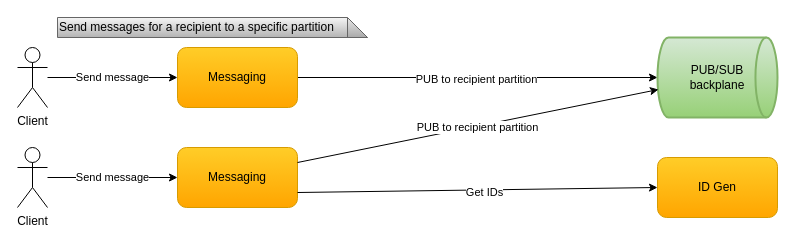
cvetomir-todorov/CecoChat keeps this draw.io diagram as docs/diagrams/cecochat-02-message-send.drawio. Above is the earlier version. Source tidied: cells renumbered, new cells numbered last; positions are measured from the earlier drawing's top-left corner, leaving out a move shared by most shapes. Both pictures are drawn from the tidied source at 100%, with x=0, y=0 at pixel (17, 17).
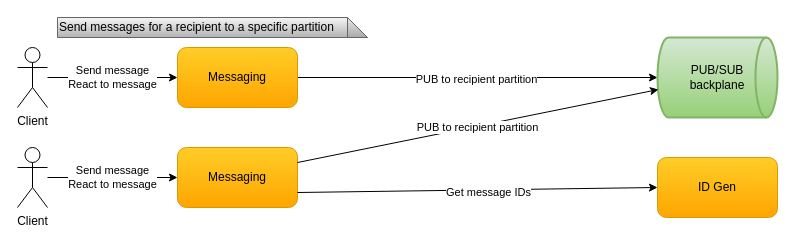
The same page after the edit.

Diff of the diagram source:
```diff
@@
 <mxGraphModel>
   <root>
     <mxCell id="0" />
     <mxCell id="1" parent="0" />
-    <mxCell id="2" value="Send message" style="edgeStyle=orthogonalEdgeStyle;rounded=0;jettySize=auto;html=1;entryX=0;entryY=0.5;entryDx=0;entryDy=0;startArrow=none;startFill=0;" parent="1" edge="1" source="3" target="7">
+    <mxCell id="2" value="Send message&lt;br&gt;React to message" style="edgeStyle=orthogonalEdgeStyle;rounded=0;jettySize=auto;html=1;entryX=0;entryY=0.5;entryDx=0;entryDy=0;startArrow=none;startFill=0;" parent="1" edge="1" source="3" target="7">
       <mxGeometry relative="1" as="geometry" />
     </mxCell>
     <mxCell id="3" value="Client" style="shape=umlActor;verticalLabelPosition=bottom;verticalAlign=top;html=1;outlineConnect=0;" parent="1" vertex="1">
       <mxGeometry y="30" width="30" height="60" as="geometry" />
     </mxCell>
-    <mxCell id="4" value="Send message" style="edgeStyle=orthogonalEdgeStyle;rounded=0;jettySize=auto;html=1;entryX=0;entryY=0.5;entryDx=0;entryDy=0;startArrow=none;startFill=0;" parent="1" edge="1" source="5" target="10">
+    <mxCell id="4" value="Send message&lt;br&gt;React to message" style="edgeStyle=orthogonalEdgeStyle;rounded=0;jettySize=auto;html=1;entryX=0;entryY=0.5;entryDx=0;entryDy=0;startArrow=none;startFill=0;" parent="1" edge="1" source="5" target="10">
       <mxGeometry relative="1" as="geometry" />
     </mxCell>
     <mxCell id="5" value="Client" style="shape=umlActor;verticalLabelPosition=bottom;verticalAlign=top;html=1;outlineConnect=0;" parent="1" vertex="1">
       <mxGeometry y="130" width="30" height="60" as="geometry" />
     </mxCell>
     <mxCell id="6" value="PUB to recipient partition" style="rounded=0;jettySize=auto;html=1;startArrow=none;startFill=0;exitX=1;exitY=0.5;exitDx=0;exitDy=0;" parent="1" edge="1" source="7" target="8">
       <mxGeometry y="-2" relative="1" as="geometry">
         <mxPoint x="-1" as="offset" />
       </mxGeometry>
     </mxCell>
     <mxCell id="7" value="&lt;font style=&quot;font-size: 12px&quot;&gt;Messaging&lt;/font&gt;" style="rounded=1;whiteSpace=wrap;html=1;gradientColor=#ffa500;fillColor=#ffcd28;strokeColor=#d79b00;" parent="1" vertex="1">
       <mxGeometry x="160" y="30" width="120" height="60" as="geometry" />
     </mxCell>
     <mxCell id="8" value="PUB/SUB&lt;br&gt;backplane" style="strokeWidth=2;html=1;shape=mxgraph.flowchart.direct_data;whiteSpace=wrap;gradientColor=#97d077;fillColor=#d5e8d4;strokeColor=#82b366;" parent="1" vertex="1">
       <mxGeometry x="640" y="20" width="120" height="80" as="geometry" />
     </mxCell>
     <mxCell id="9" value="Send messages for a recipient to a specific partition" style="shape=note;whiteSpace=wrap;html=1;backgroundOutline=1;darkOpacity=0.05;align=left;gradientColor=#b3b3b3;fillColor=#f5f5f5;strokeColor=#666666;" parent="1" vertex="1">
       <mxGeometry x="40" width="310" height="20" as="geometry" />
     </mxCell>
     <mxCell id="10" value="&lt;font style=&quot;font-size: 12px&quot;&gt;Messaging&lt;/font&gt;" style="rounded=1;whiteSpace=wrap;html=1;gradientColor=#ffa500;fillColor=#ffcd28;strokeColor=#d79b00;" parent="1" vertex="1">
       <mxGeometry x="160" y="130" width="120" height="60" as="geometry" />
     </mxCell>
     <mxCell id="11" value="PUB to recipient partition" style="rounded=0;jettySize=auto;html=1;startArrow=none;startFill=0;exitX=1;exitY=0.25;exitDx=0;exitDy=0;entryX=0.008;entryY=0.65;entryDx=0;entryDy=0;entryPerimeter=0;" parent="1" edge="1" source="10" target="8">
       <mxGeometry y="-2" relative="1" as="geometry">
         <mxPoint x="-1" as="offset" />
       </mxGeometry>
     </mxCell>
     <mxCell id="12" value="&lt;font style=&quot;font-size: 12px&quot;&gt;ID Gen&lt;/font&gt;" style="rounded=1;whiteSpace=wrap;html=1;gradientColor=#ffa500;fillColor=#ffcd28;strokeColor=#d79b00;" parent="1" vertex="1">
       <mxGeometry x="640" y="140" width="120" height="60" as="geometry" />
     </mxCell>
-    <mxCell id="13" value="Get IDs" style="endArrow=classic;html=1;entryX=0;entryY=0.5;entryDx=0;entryDy=0;exitX=1;exitY=0.75;exitDx=0;exitDy=0;" parent="1" edge="1" source="10" target="12">
-      <mxGeometry x="0.04" y="-3" relative="1" as="geometry" />
+    <mxCell id="13" value="Get message IDs" style="endArrow=classic;html=1;entryX=0;entryY=0.5;entryDx=0;entryDy=0;exitX=1;exitY=0.75;exitDx=0;exitDy=0;" parent="1" edge="1" source="10" target="12">
+      <mxGeometry x="0.06" y="-3" relative="1" as="geometry" />
     </mxCell>
   </root>
 </mxGraphModel>
```
